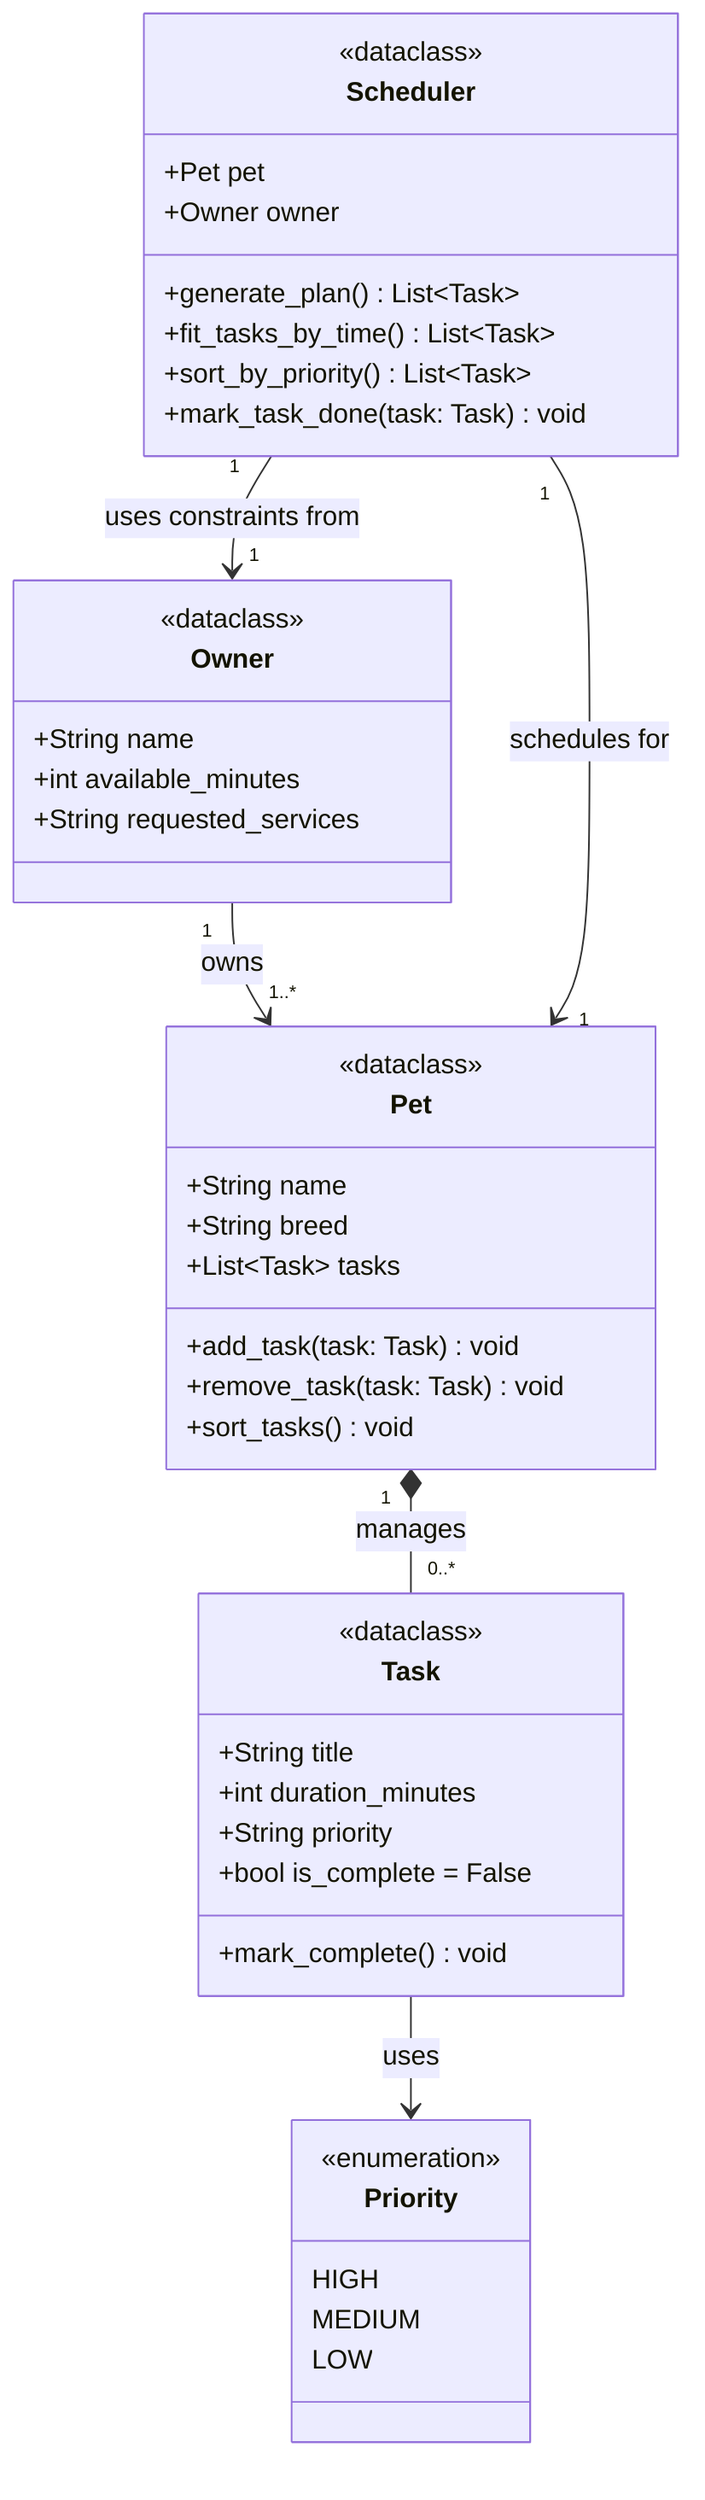
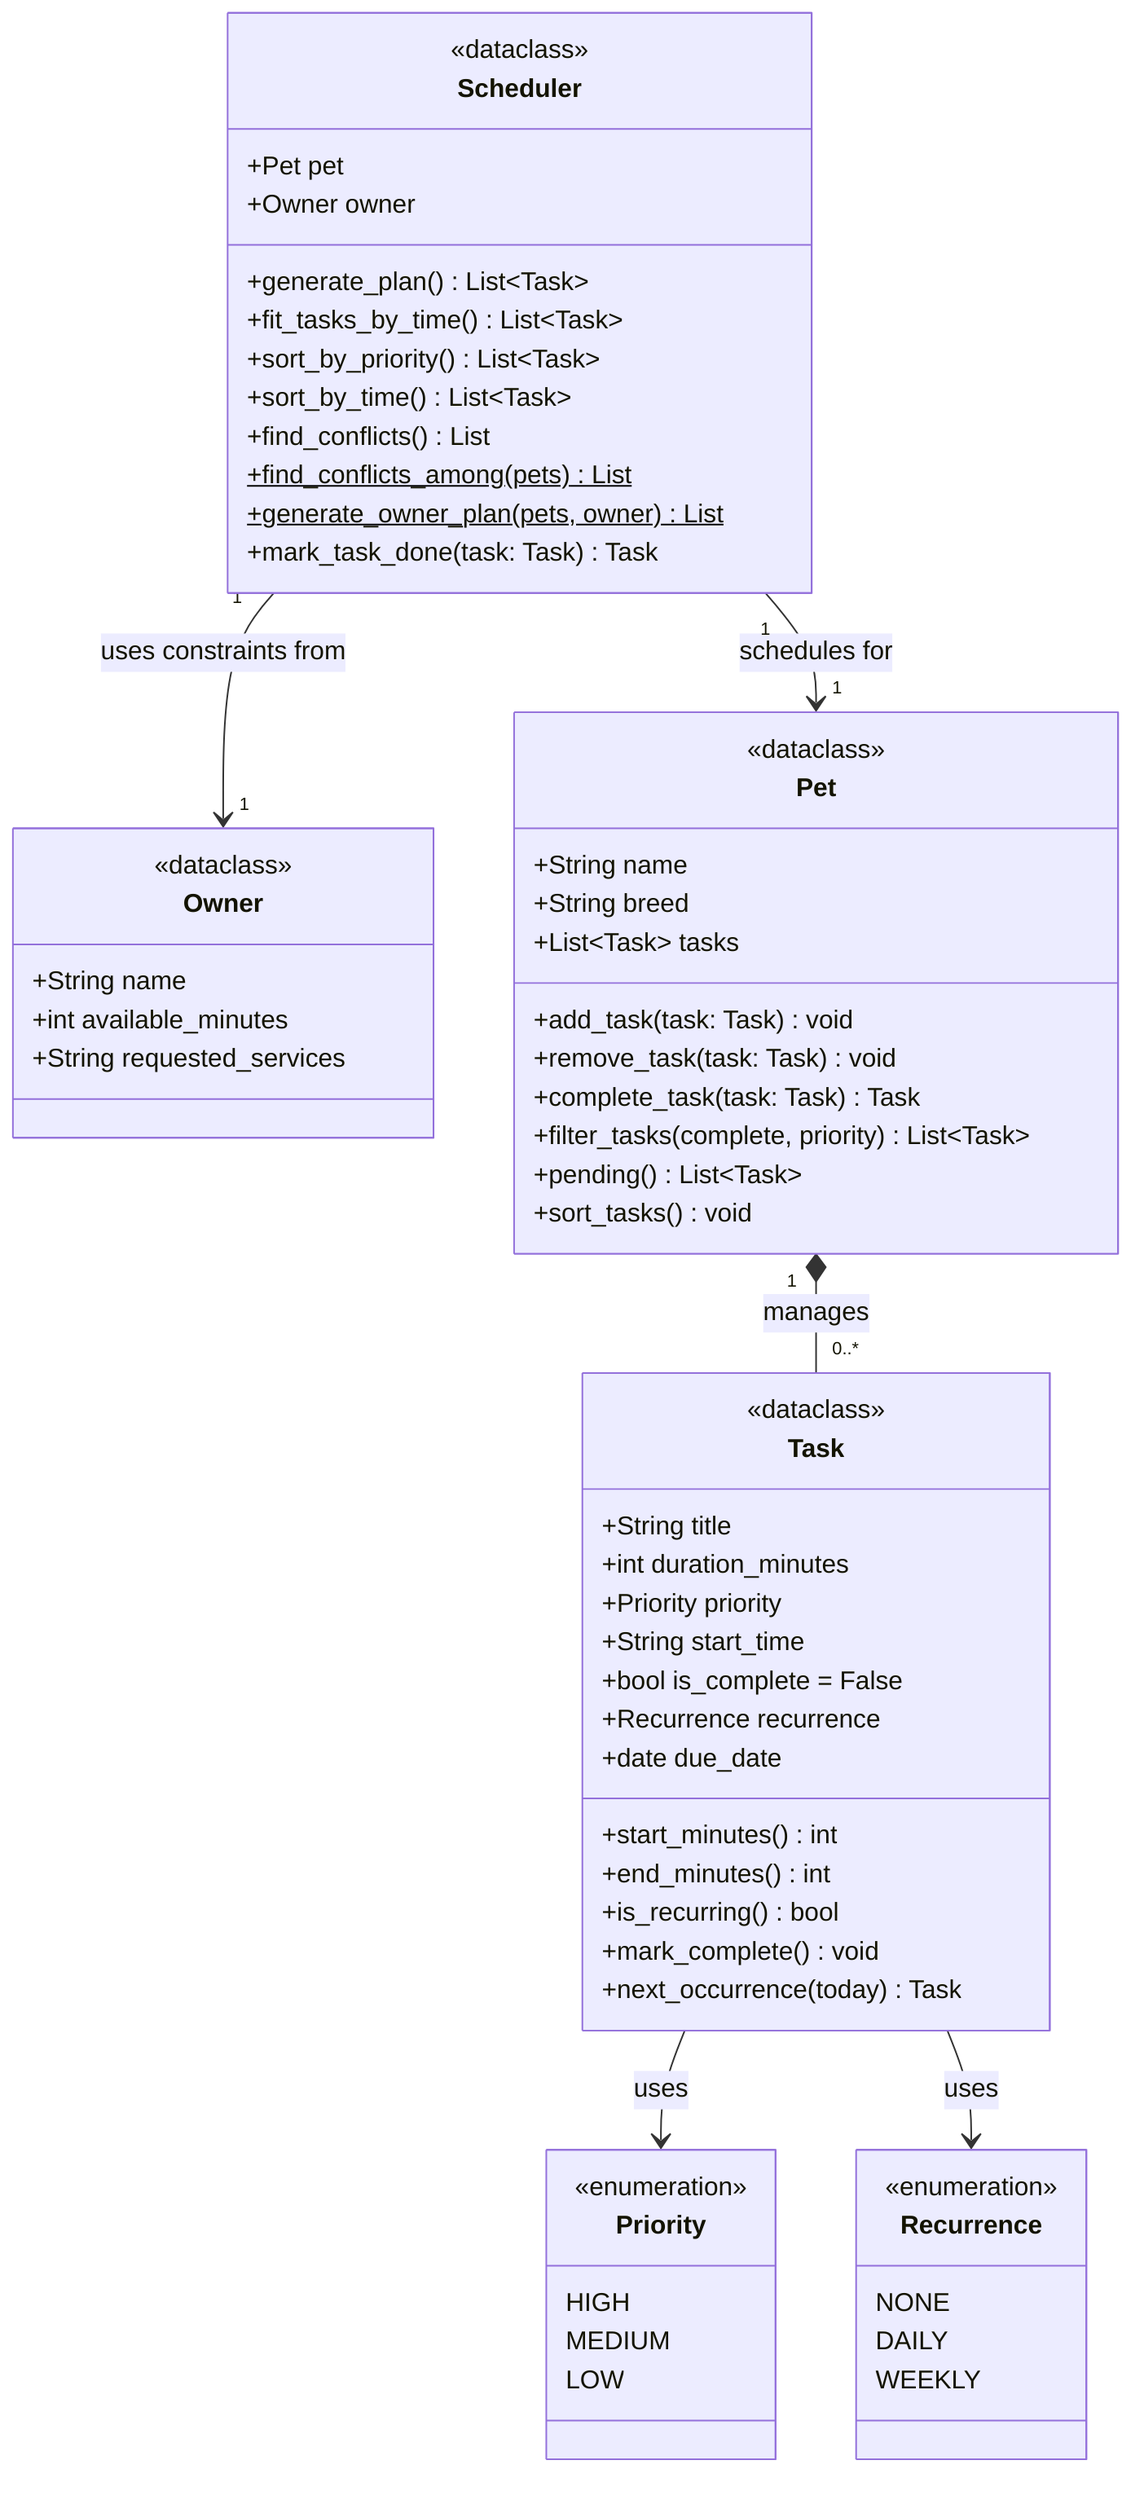
classDiagram
    class Priority {
        <<enumeration>>
        HIGH
        MEDIUM
        LOW
+     }
+ 
+     class Recurrence {
+         <<enumeration>>
+         NONE
+         DAILY
+         WEEKLY
    }

    class Owner {
        <<dataclass>>
        +String name
        +int available_minutes
        +String requested_services
    }

    class Pet {
        <<dataclass>>
        +String name
        +String breed
        +List~Task~ tasks
        +add_task(task: Task) void
        +remove_task(task: Task) void
+         +complete_task(task: Task) Task
+         +filter_tasks(complete, priority) List~Task~
+         +pending() List~Task~
        +sort_tasks() void
    }

    class Task {
        <<dataclass>>
        +String title
        +int duration_minutes
-         +String priority
+         +Priority priority
+         +String start_time
        +bool is_complete = False
+         +Recurrence recurrence
+         +date due_date
+         +start_minutes() int
+         +end_minutes() int
+         +is_recurring() bool
        +mark_complete() void
+         +next_occurrence(today) Task
    }

    class Scheduler {
        <<dataclass>>
        +Pet pet
        +Owner owner
        +generate_plan() List~Task~
        +fit_tasks_by_time() List~Task~
        +sort_by_priority() List~Task~
-         +mark_task_done(task: Task) void
+         +sort_by_time() List~Task~
+         +find_conflicts() List
+         +find_conflicts_among(pets)$ List
+         +generate_owner_plan(pets, owner)$ List
+         +mark_task_done(task: Task) Task
    }

- Owner "1" --> "1..*" Pet : owns
Pet "1" *-- "0..*" Task : manages
Scheduler "1" --> "1" Pet : schedules for
Scheduler "1" --> "1" Owner : uses constraints from
Task --> Priority : uses
- 
+ Task --> Recurrence : uses
